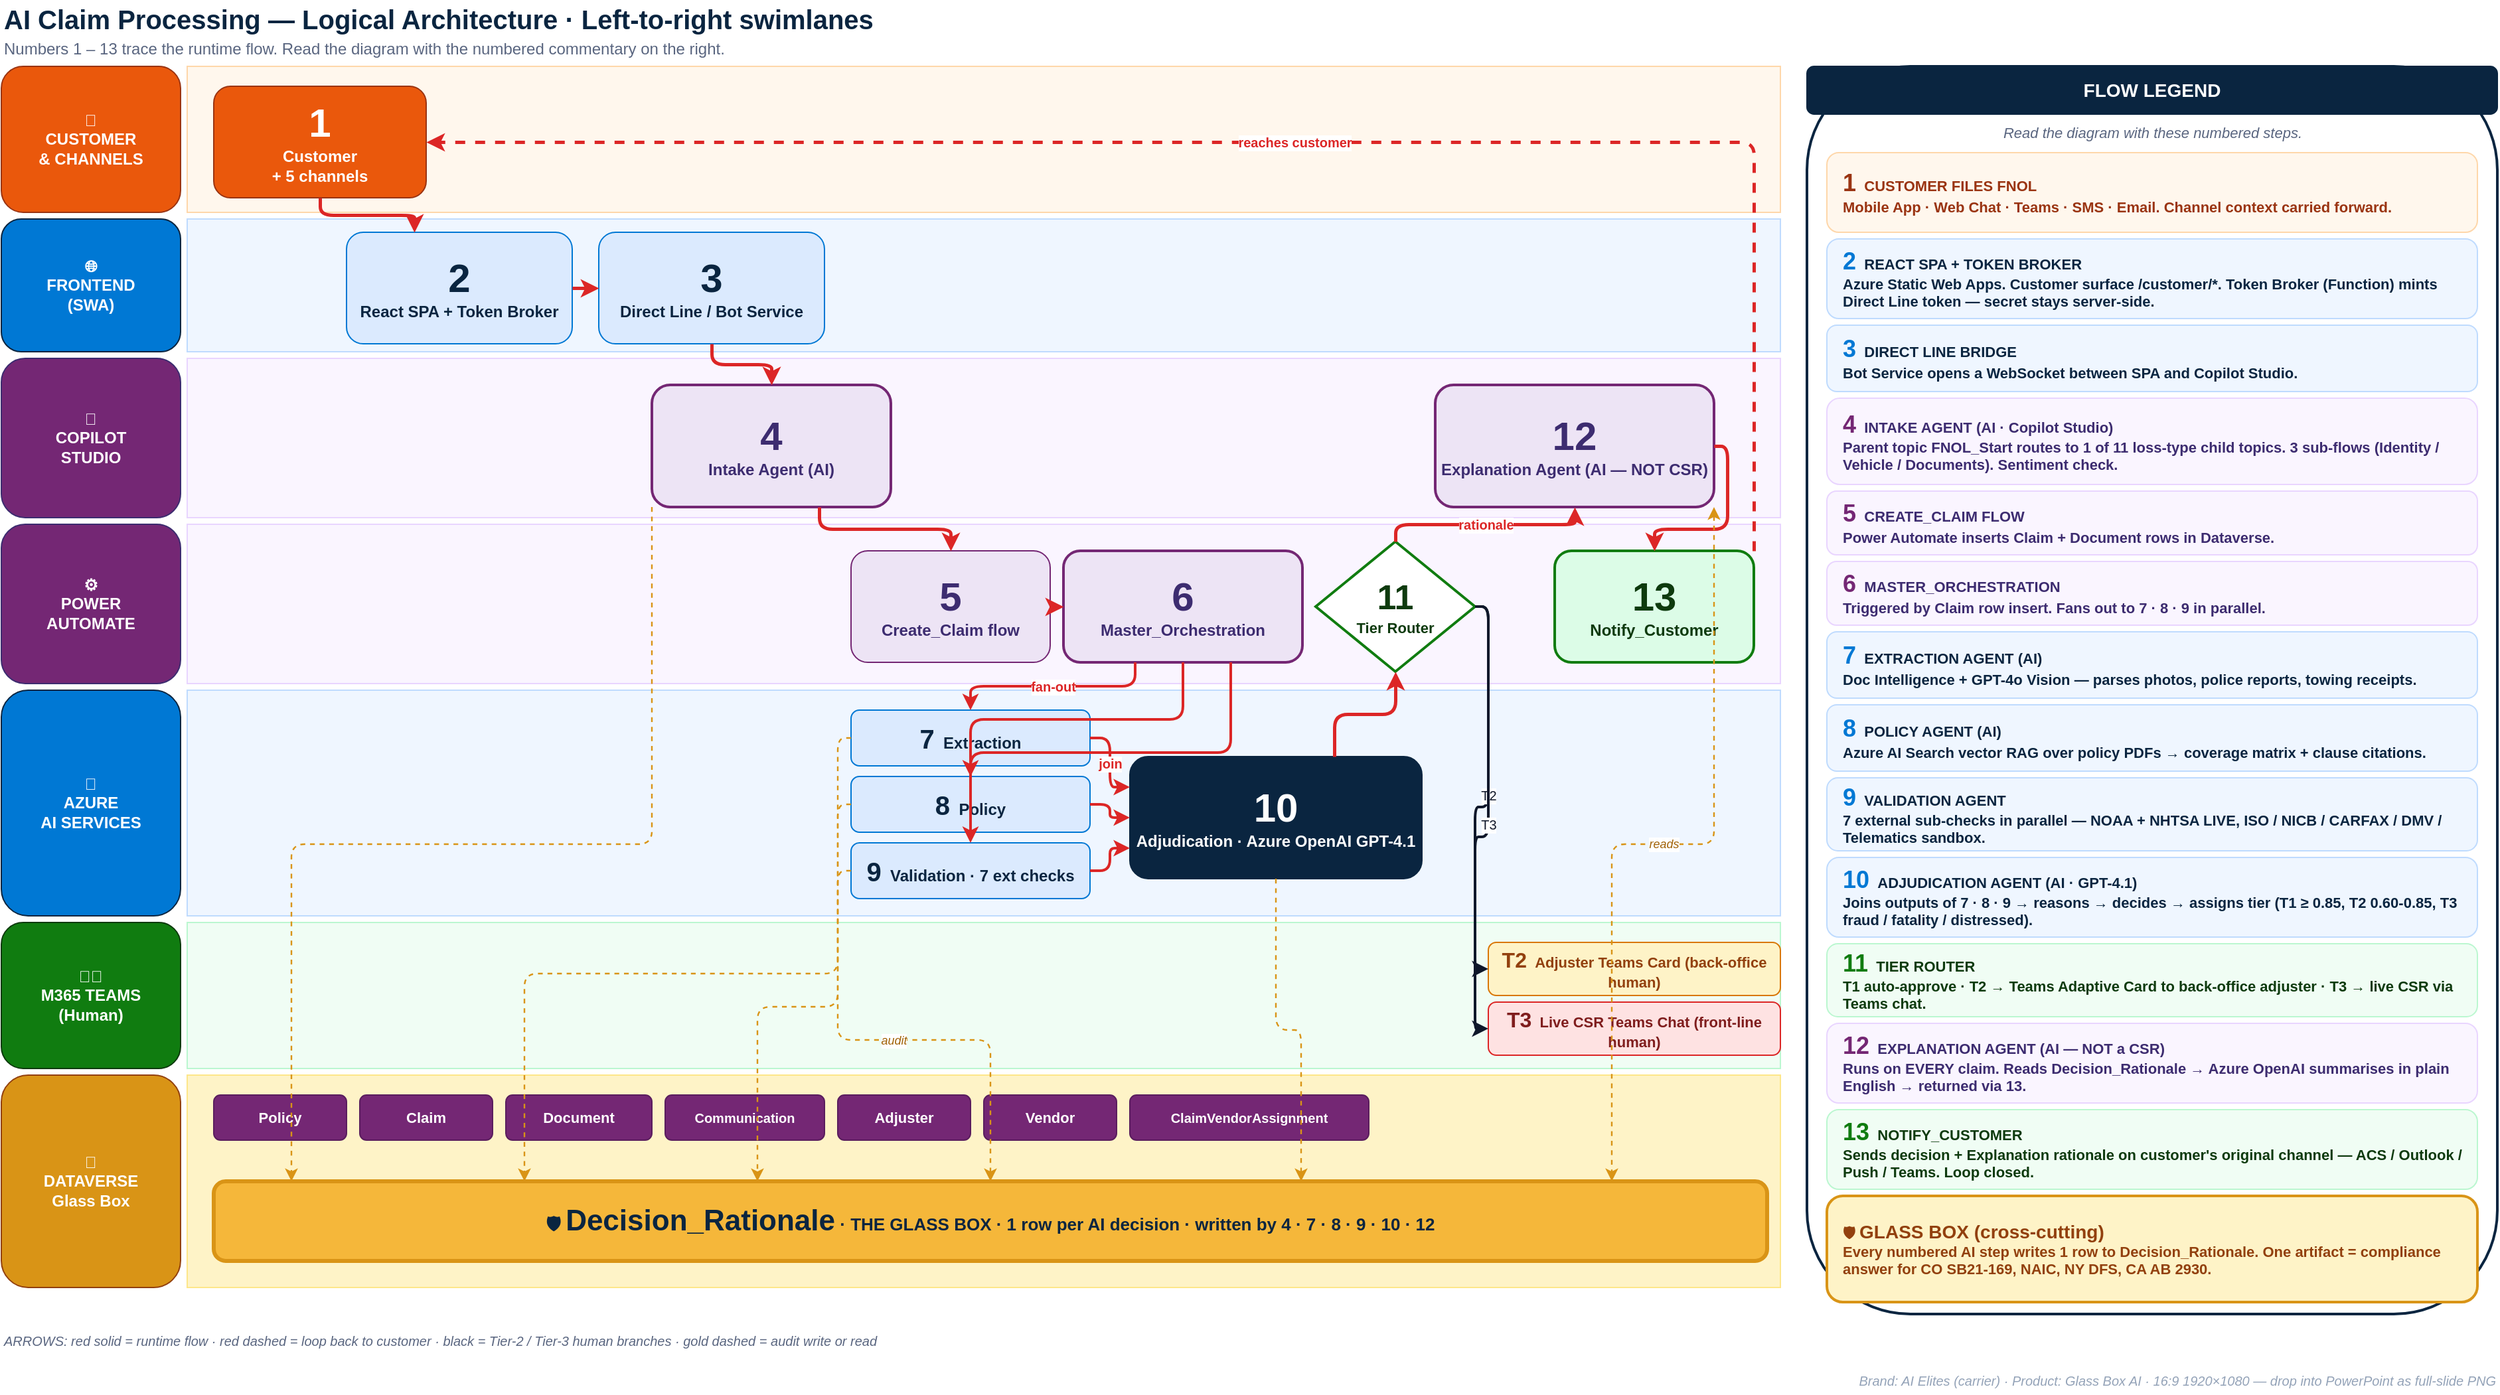
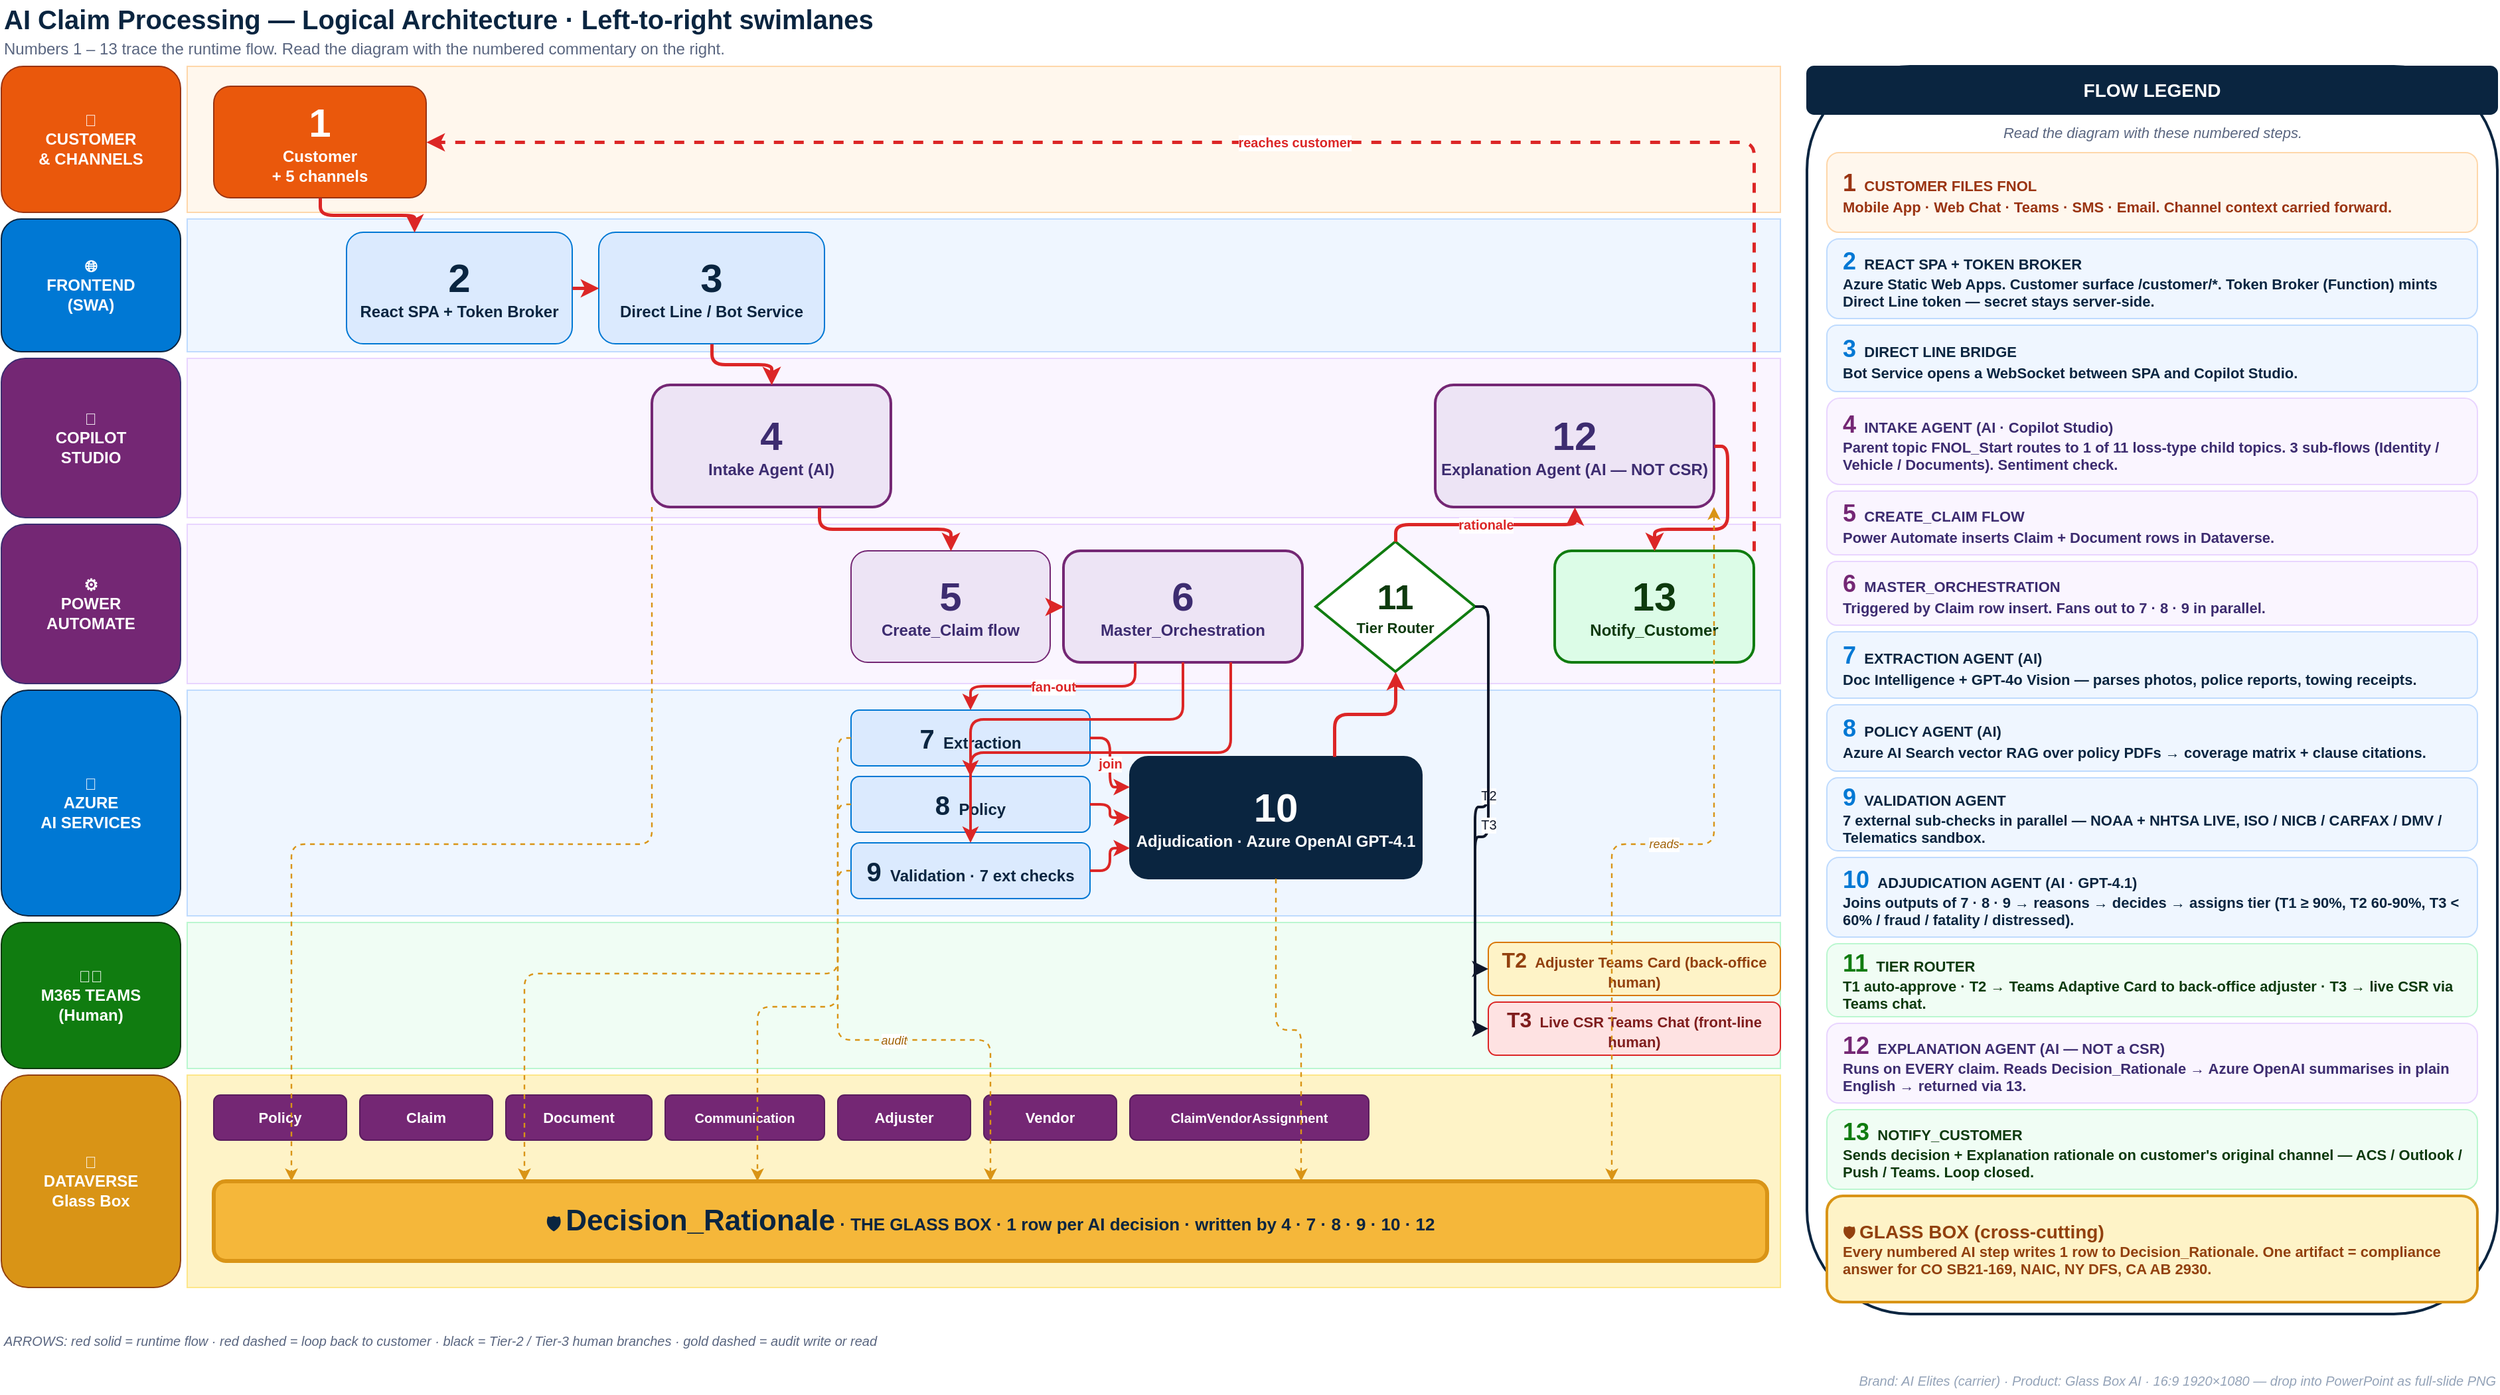
<mxfile host="app.diagrams.net" modified="2026-05-19T10:00:00.000Z" agent="Claude/Hack2Future" version="22.1.16" type="device">
  <diagram name="Logical Architecture (C4 L2)" id="logical-architecture-v8-swimlanes">
    <mxGraphModel dx="1422" dy="838" grid="1" gridSize="10" guides="1" tooltips="1" connect="1" arrows="1" fold="1" page="1" pageScale="1" pageWidth="1920" pageHeight="1080" math="0" shadow="0">
      <root>
        <mxCell id="0" />
        <mxCell id="1" parent="0" />

        <!-- =====  TITLE  ===== -->
        <mxCell id="title" value="AI Claim Processing — Logical Architecture  ·  Left-to-right swimlanes" style="text;html=1;strokeColor=none;fillColor=none;align=left;verticalAlign=middle;fontSize=20;fontStyle=1;fontColor=#0a2540" vertex="1" parent="1">
          <mxGeometry x="20" y="10" width="1880" height="28" as="geometry" />
        </mxCell>
        <mxCell id="subtitle" value="Numbers 1 – 13 trace the runtime flow.  Read the diagram with the numbered commentary on the right." style="text;html=1;strokeColor=none;fillColor=none;align=left;verticalAlign=middle;fontSize=12;fontColor=#5a6680" vertex="1" parent="1">
          <mxGeometry x="20" y="38" width="1880" height="18" as="geometry" />
        </mxCell>

        <!-- =====  SWIMLANE BACKGROUNDS  ===== -->
        <mxCell id="L1bg" value="" style="rounded=0;whiteSpace=wrap;html=1;fillColor=#fff7ed;strokeColor=#fed7aa;strokeWidth=1" vertex="1" parent="1">
          <mxGeometry x="160" y="60" width="1200" height="110" as="geometry" />
        </mxCell>
        <mxCell id="L2bg" value="" style="rounded=0;whiteSpace=wrap;html=1;fillColor=#eff6ff;strokeColor=#bfdbfe;strokeWidth=1" vertex="1" parent="1">
          <mxGeometry x="160" y="175" width="1200" height="100" as="geometry" />
        </mxCell>
        <mxCell id="L3bg" value="" style="rounded=0;whiteSpace=wrap;html=1;fillColor=#faf5ff;strokeColor=#e9d5ff;strokeWidth=1" vertex="1" parent="1">
          <mxGeometry x="160" y="280" width="1200" height="120" as="geometry" />
        </mxCell>
        <mxCell id="L4bg" value="" style="rounded=0;whiteSpace=wrap;html=1;fillColor=#faf5ff;strokeColor=#e9d5ff;strokeWidth=1" vertex="1" parent="1">
          <mxGeometry x="160" y="405" width="1200" height="120" as="geometry" />
        </mxCell>
        <mxCell id="L5bg" value="" style="rounded=0;whiteSpace=wrap;html=1;fillColor=#eff6ff;strokeColor=#bfdbfe;strokeWidth=1" vertex="1" parent="1">
          <mxGeometry x="160" y="530" width="1200" height="170" as="geometry" />
        </mxCell>
        <mxCell id="L6bg" value="" style="rounded=0;whiteSpace=wrap;html=1;fillColor=#f0fdf4;strokeColor=#bbf7d0;strokeWidth=1" vertex="1" parent="1">
          <mxGeometry x="160" y="705" width="1200" height="110" as="geometry" />
        </mxCell>
        <mxCell id="L7bg" value="" style="rounded=0;whiteSpace=wrap;html=1;fillColor=#fef3c7;strokeColor=#fde68a;strokeWidth=1" vertex="1" parent="1">
          <mxGeometry x="160" y="820" width="1200" height="160" as="geometry" />
        </mxCell>

        <!-- =====  SWIMLANE LABELS  ===== -->
        <mxCell id="L1lbl" value="👥&#10;CUSTOMER&#10;&amp; CHANNELS" style="rounded=1;whiteSpace=wrap;html=1;fillColor=#ea580c;strokeColor=#9a3412;fontColor=#ffffff;fontSize=12;fontStyle=1;align=center;verticalAlign=middle" vertex="1" parent="1">
          <mxGeometry x="20" y="60" width="135" height="110" as="geometry" />
        </mxCell>
        <mxCell id="L2lbl" value="🌐&#10;FRONTEND&#10;(SWA)" style="rounded=1;whiteSpace=wrap;html=1;fillColor=#0078d4;strokeColor=#0a2540;fontColor=#ffffff;fontSize=12;fontStyle=1;align=center;verticalAlign=middle" vertex="1" parent="1">
          <mxGeometry x="20" y="175" width="135" height="100" as="geometry" />
        </mxCell>
        <mxCell id="L3lbl" value="💬&#10;COPILOT&#10;STUDIO" style="rounded=1;whiteSpace=wrap;html=1;fillColor=#742774;strokeColor=#3d2c70;fontColor=#ffffff;fontSize=12;fontStyle=1;align=center;verticalAlign=middle" vertex="1" parent="1">
          <mxGeometry x="20" y="280" width="135" height="120" as="geometry" />
        </mxCell>
        <mxCell id="L4lbl" value="⚙&#10;POWER&#10;AUTOMATE" style="rounded=1;whiteSpace=wrap;html=1;fillColor=#742774;strokeColor=#3d2c70;fontColor=#ffffff;fontSize=12;fontStyle=1;align=center;verticalAlign=middle" vertex="1" parent="1">
          <mxGeometry x="20" y="405" width="135" height="120" as="geometry" />
        </mxCell>
        <mxCell id="L5lbl" value="🧠&#10;AZURE&#10;AI SERVICES" style="rounded=1;whiteSpace=wrap;html=1;fillColor=#0078d4;strokeColor=#0a2540;fontColor=#ffffff;fontSize=12;fontStyle=1;align=center;verticalAlign=middle" vertex="1" parent="1">
          <mxGeometry x="20" y="530" width="135" height="170" as="geometry" />
        </mxCell>
        <mxCell id="L6lbl" value="👨‍💼&#10;M365 TEAMS&#10;(Human)" style="rounded=1;whiteSpace=wrap;html=1;fillColor=#107c10;strokeColor=#0e3a0e;fontColor=#ffffff;fontSize=12;fontStyle=1;align=center;verticalAlign=middle" vertex="1" parent="1">
          <mxGeometry x="20" y="705" width="135" height="110" as="geometry" />
        </mxCell>
        <mxCell id="L7lbl" value="💾&#10;DATAVERSE&#10;Glass Box" style="rounded=1;whiteSpace=wrap;html=1;fillColor=#d99416;strokeColor=#92400e;fontColor=#ffffff;fontSize=12;fontStyle=1;align=center;verticalAlign=middle" vertex="1" parent="1">
          <mxGeometry x="20" y="820" width="135" height="160" as="geometry" />
        </mxCell>

        <!-- =====================================================================
             NUMBERED NODES — numbers rendered via HTML for clean sizing
             ===================================================================== -->

        <!-- ===== LANE 1 ===== -->
        <mxCell id="n1" value="&lt;font style=&quot;font-size:30px&quot;&gt;&lt;b&gt;1&lt;/b&gt;&lt;/font&gt;&lt;br&gt;Customer&lt;br&gt;+ 5 channels" style="rounded=1;whiteSpace=wrap;html=1;fillColor=#ea580c;strokeColor=#9a3412;fontColor=#ffffff;fontSize=12;fontStyle=1;align=center;verticalAlign=middle" vertex="1" parent="1">
          <mxGeometry x="180" y="75" width="160" height="84" as="geometry" />
        </mxCell>

        <!-- ===== LANE 2 ===== -->
        <mxCell id="n2" value="&lt;font style=&quot;font-size:30px&quot;&gt;&lt;b&gt;2&lt;/b&gt;&lt;/font&gt;&lt;br&gt;React SPA + Token Broker" style="rounded=1;whiteSpace=wrap;html=1;fillColor=#dbeafe;strokeColor=#0078d4;fontColor=#0a2540;fontSize=12;fontStyle=1;align=center;verticalAlign=middle" vertex="1" parent="1">
          <mxGeometry x="280" y="185" width="170" height="84" as="geometry" />
        </mxCell>
        <mxCell id="n3" value="&lt;font style=&quot;font-size:30px&quot;&gt;&lt;b&gt;3&lt;/b&gt;&lt;/font&gt;&lt;br&gt;Direct Line / Bot Service" style="rounded=1;whiteSpace=wrap;html=1;fillColor=#dbeafe;strokeColor=#0078d4;fontColor=#0a2540;fontSize=12;fontStyle=1;align=center;verticalAlign=middle" vertex="1" parent="1">
          <mxGeometry x="470" y="185" width="170" height="84" as="geometry" />
        </mxCell>

        <!-- ===== LANE 3 ===== -->
        <mxCell id="n4" value="&lt;font style=&quot;font-size:30px&quot;&gt;&lt;b&gt;4&lt;/b&gt;&lt;/font&gt;&lt;br&gt;Intake Agent  (AI)" style="rounded=1;whiteSpace=wrap;html=1;fillColor=#ede4f5;strokeColor=#742774;strokeWidth=2;fontColor=#3d2c70;fontSize=12;fontStyle=1;align=center;verticalAlign=middle" vertex="1" parent="1">
          <mxGeometry x="510" y="300" width="180" height="92" as="geometry" />
        </mxCell>
        <mxCell id="n12" value="&lt;font style=&quot;font-size:30px&quot;&gt;&lt;b&gt;12&lt;/b&gt;&lt;/font&gt;&lt;br&gt;Explanation Agent  (AI — NOT CSR)" style="rounded=1;whiteSpace=wrap;html=1;fillColor=#ede4f5;strokeColor=#742774;strokeWidth=2;fontColor=#3d2c70;fontSize=12;fontStyle=1;align=center;verticalAlign=middle" vertex="1" parent="1">
          <mxGeometry x="1100" y="300" width="210" height="92" as="geometry" />
        </mxCell>

        <!-- ===== LANE 4 ===== -->
        <mxCell id="n5" value="&lt;font style=&quot;font-size:30px&quot;&gt;&lt;b&gt;5&lt;/b&gt;&lt;/font&gt;&lt;br&gt;Create_Claim flow" style="rounded=1;whiteSpace=wrap;html=1;fillColor=#ede4f5;strokeColor=#742774;fontColor=#3d2c70;fontSize=12;fontStyle=1;align=center;verticalAlign=middle" vertex="1" parent="1">
          <mxGeometry x="660" y="425" width="150" height="84" as="geometry" />
        </mxCell>
        <mxCell id="n6" value="&lt;font style=&quot;font-size:30px&quot;&gt;&lt;b&gt;6&lt;/b&gt;&lt;/font&gt;&lt;br&gt;Master_Orchestration" style="rounded=1;whiteSpace=wrap;html=1;fillColor=#ede4f5;strokeColor=#742774;strokeWidth=2;fontColor=#3d2c70;fontSize=12;fontStyle=1;align=center;verticalAlign=middle" vertex="1" parent="1">
          <mxGeometry x="820" y="425" width="180" height="84" as="geometry" />
        </mxCell>
        <mxCell id="n11" value="&lt;font style=&quot;font-size:26px&quot;&gt;&lt;b&gt;11&lt;/b&gt;&lt;/font&gt;&lt;br&gt;Tier Router" style="rhombus;whiteSpace=wrap;html=1;fillColor=#ffffff;strokeColor=#107c10;strokeWidth=2;fontSize=11;fontStyle=1;fontColor=#0e3a0e" vertex="1" parent="1">
          <mxGeometry x="1010" y="418" width="120" height="98" as="geometry" />
        </mxCell>
        <mxCell id="n13" value="&lt;font style=&quot;font-size:30px&quot;&gt;&lt;b&gt;13&lt;/b&gt;&lt;/font&gt;&lt;br&gt;Notify_Customer" style="rounded=1;whiteSpace=wrap;html=1;fillColor=#dcfce7;strokeColor=#107c10;strokeWidth=2;fontColor=#0e3a0e;fontSize=12;fontStyle=1;align=center;verticalAlign=middle" vertex="1" parent="1">
          <mxGeometry x="1190" y="425" width="150" height="84" as="geometry" />
        </mxCell>

        <!-- ===== LANE 5 — agents stacked + adjudication ===== -->
        <mxCell id="n7" value="&lt;font style=&quot;font-size:20px&quot;&gt;&lt;b&gt;7&lt;/b&gt;&lt;/font&gt;&amp;nbsp;&amp;nbsp;Extraction" style="rounded=1;whiteSpace=wrap;html=1;fillColor=#dbeafe;strokeColor=#0078d4;fontColor=#0a2540;fontSize=12;fontStyle=1;align=center;verticalAlign=middle" vertex="1" parent="1">
          <mxGeometry x="660" y="545" width="180" height="42" as="geometry" />
        </mxCell>
        <mxCell id="n8" value="&lt;font style=&quot;font-size:20px&quot;&gt;&lt;b&gt;8&lt;/b&gt;&lt;/font&gt;&amp;nbsp;&amp;nbsp;Policy" style="rounded=1;whiteSpace=wrap;html=1;fillColor=#dbeafe;strokeColor=#0078d4;fontColor=#0a2540;fontSize=12;fontStyle=1;align=center;verticalAlign=middle" vertex="1" parent="1">
          <mxGeometry x="660" y="595" width="180" height="42" as="geometry" />
        </mxCell>
        <mxCell id="n9" value="&lt;font style=&quot;font-size:20px&quot;&gt;&lt;b&gt;9&lt;/b&gt;&lt;/font&gt;&amp;nbsp;&amp;nbsp;Validation  ·  7 ext checks" style="rounded=1;whiteSpace=wrap;html=1;fillColor=#dbeafe;strokeColor=#0078d4;fontColor=#0a2540;fontSize=12;fontStyle=1;align=center;verticalAlign=middle" vertex="1" parent="1">
          <mxGeometry x="660" y="645" width="180" height="42" as="geometry" />
        </mxCell>
        <mxCell id="n10" value="&lt;font style=&quot;font-size:30px&quot;&gt;&lt;b&gt;10&lt;/b&gt;&lt;/font&gt;&lt;br&gt;Adjudication  ·  Azure OpenAI GPT-4.1" style="rounded=1;whiteSpace=wrap;html=1;fillColor=#0a2540;strokeColor=#0a2540;fontColor=#ffffff;fontSize=12;fontStyle=1;align=center;verticalAlign=middle" vertex="1" parent="1">
          <mxGeometry x="870" y="580" width="220" height="92" as="geometry" />
        </mxCell>

        <!-- ===== LANE 6 ===== -->
        <mxCell id="n11a" value="&lt;font style=&quot;font-size:16px&quot;&gt;&lt;b&gt;T2&lt;/b&gt;&lt;/font&gt;&amp;nbsp;&amp;nbsp;Adjuster Teams Card  (back-office human)" style="rounded=1;whiteSpace=wrap;html=1;fillColor=#fef3c7;strokeColor=#d97706;fontColor=#92400e;fontSize=11;fontStyle=1;align=center;verticalAlign=middle" vertex="1" parent="1">
          <mxGeometry x="1140" y="720" width="220" height="40" as="geometry" />
        </mxCell>
        <mxCell id="n11b" value="&lt;font style=&quot;font-size:16px&quot;&gt;&lt;b&gt;T3&lt;/b&gt;&lt;/font&gt;&amp;nbsp;&amp;nbsp;Live CSR Teams Chat  (front-line human)" style="rounded=1;whiteSpace=wrap;html=1;fillColor=#fee2e2;strokeColor=#dc2626;fontColor=#7f1d1d;fontSize=11;fontStyle=1;align=center;verticalAlign=middle" vertex="1" parent="1">
          <mxGeometry x="1140" y="765" width="220" height="40" as="geometry" />
        </mxCell>

        <!-- ===== LANE 7 — Dataverse tables + Glass Box ===== -->
        <mxCell id="dv_policy" value="Policy" style="rounded=1;whiteSpace=wrap;html=1;fillColor=#742774;strokeColor=#5a1d5e;fontColor=#ffffff;fontSize=11;fontStyle=1" vertex="1" parent="1">
          <mxGeometry x="180" y="835" width="100" height="34" as="geometry" />
        </mxCell>
        <mxCell id="dv_claim" value="Claim" style="rounded=1;whiteSpace=wrap;html=1;fillColor=#742774;strokeColor=#5a1d5e;fontColor=#ffffff;fontSize=11;fontStyle=1" vertex="1" parent="1">
          <mxGeometry x="290" y="835" width="100" height="34" as="geometry" />
        </mxCell>
        <mxCell id="dv_doc" value="Document" style="rounded=1;whiteSpace=wrap;html=1;fillColor=#742774;strokeColor=#5a1d5e;fontColor=#ffffff;fontSize=11;fontStyle=1" vertex="1" parent="1">
          <mxGeometry x="400" y="835" width="110" height="34" as="geometry" />
        </mxCell>
        <mxCell id="dv_comm" value="Communication" style="rounded=1;whiteSpace=wrap;html=1;fillColor=#742774;strokeColor=#5a1d5e;fontColor=#ffffff;fontSize=10;fontStyle=1" vertex="1" parent="1">
          <mxGeometry x="520" y="835" width="120" height="34" as="geometry" />
        </mxCell>
        <mxCell id="dv_adj" value="Adjuster" style="rounded=1;whiteSpace=wrap;html=1;fillColor=#742774;strokeColor=#5a1d5e;fontColor=#ffffff;fontSize=11;fontStyle=1" vertex="1" parent="1">
          <mxGeometry x="650" y="835" width="100" height="34" as="geometry" />
        </mxCell>
        <mxCell id="dv_vendor" value="Vendor" style="rounded=1;whiteSpace=wrap;html=1;fillColor=#742774;strokeColor=#5a1d5e;fontColor=#ffffff;fontSize=11;fontStyle=1" vertex="1" parent="1">
          <mxGeometry x="760" y="835" width="100" height="34" as="geometry" />
        </mxCell>
        <mxCell id="dv_cva" value="ClaimVendorAssignment" style="rounded=1;whiteSpace=wrap;html=1;fillColor=#742774;strokeColor=#5a1d5e;fontColor=#ffffff;fontSize=10;fontStyle=1" vertex="1" parent="1">
          <mxGeometry x="870" y="835" width="180" height="34" as="geometry" />
        </mxCell>

        <mxCell id="dv_audit" value="🛡  &lt;font style=&quot;font-size:22px&quot;&gt;&lt;b&gt;Decision_Rationale&lt;/b&gt;&lt;/font&gt;  ·  THE GLASS BOX  ·  1 row per AI decision  ·  written by  4 · 7 · 8 · 9 · 10 · 12" style="rounded=1;whiteSpace=wrap;html=1;fillColor=#f5b73a;strokeColor=#d99416;strokeWidth=3;fontColor=#0a2540;fontSize=13;fontStyle=1;align=center;verticalAlign=middle" vertex="1" parent="1">
          <mxGeometry x="180" y="900" width="1170" height="60" as="geometry" />
        </mxCell>

        <!-- =====================================================================
             RIGHT COMMENTARY PANEL
             ===================================================================== -->
        <mxCell id="rp_bg" value="" style="rounded=1;whiteSpace=wrap;html=1;fillColor=#ffffff;strokeColor=#0a2540;strokeWidth=2" vertex="1" parent="1">
          <mxGeometry x="1380" y="60" width="520" height="940" as="geometry" />
        </mxCell>
        <mxCell id="rp_hdr" value="FLOW LEGEND" style="rounded=1;whiteSpace=wrap;html=1;fillColor=#0a2540;strokeColor=#0a2540;fontColor=#ffffff;fontSize=14;fontStyle=1;align=center;verticalAlign=middle" vertex="1" parent="1">
          <mxGeometry x="1380" y="60" width="520" height="36" as="geometry" />
        </mxCell>
        <mxCell id="rp_sub" value="Read the diagram with these numbered steps." style="text;html=1;align=center;verticalAlign=middle;fontSize=11;fontStyle=2;fontColor=#5a6680" vertex="1" parent="1">
          <mxGeometry x="1390" y="100" width="500" height="20" as="geometry" />
        </mxCell>

        <!-- Commentary items - big bold number prefix in HTML -->
        <mxCell id="i1" value="&lt;font style=&quot;font-size:18px;color:#9a3412&quot;&gt;&lt;b&gt;1&lt;/b&gt;&lt;/font&gt;&amp;nbsp;&amp;nbsp;CUSTOMER FILES FNOL&lt;br&gt;Mobile App · Web Chat · Teams · SMS · Email. Channel context carried forward." style="rounded=1;whiteSpace=wrap;html=1;fillColor=#fff7ed;strokeColor=#fed7aa;fontColor=#9a3412;fontSize=11;fontStyle=1;align=left;verticalAlign=middle;spacingLeft=10;spacingRight=10" vertex="1" parent="1">
          <mxGeometry x="1395" y="125" width="490" height="60" as="geometry" />
        </mxCell>
        <mxCell id="i2" value="&lt;font style=&quot;font-size:18px;color:#0078d4&quot;&gt;&lt;b&gt;2&lt;/b&gt;&lt;/font&gt;&amp;nbsp;&amp;nbsp;REACT SPA + TOKEN BROKER&lt;br&gt;Azure Static Web Apps. Customer surface /customer/*. Token Broker (Function) mints Direct Line token — secret stays server-side." style="rounded=1;whiteSpace=wrap;html=1;fillColor=#eff6ff;strokeColor=#bfdbfe;fontColor=#0a2540;fontSize=11;fontStyle=1;align=left;verticalAlign=middle;spacingLeft=10;spacingRight=10" vertex="1" parent="1">
          <mxGeometry x="1395" y="190" width="490" height="60" as="geometry" />
        </mxCell>
        <mxCell id="i3" value="&lt;font style=&quot;font-size:18px;color:#0078d4&quot;&gt;&lt;b&gt;3&lt;/b&gt;&lt;/font&gt;&amp;nbsp;&amp;nbsp;DIRECT LINE BRIDGE&lt;br&gt;Bot Service opens a WebSocket between SPA and Copilot Studio." style="rounded=1;whiteSpace=wrap;html=1;fillColor=#eff6ff;strokeColor=#bfdbfe;fontColor=#0a2540;fontSize=11;fontStyle=1;align=left;verticalAlign=middle;spacingLeft=10;spacingRight=10" vertex="1" parent="1">
          <mxGeometry x="1395" y="255" width="490" height="50" as="geometry" />
        </mxCell>
        <mxCell id="i4" value="&lt;font style=&quot;font-size:18px;color:#742774&quot;&gt;&lt;b&gt;4&lt;/b&gt;&lt;/font&gt;&amp;nbsp;&amp;nbsp;INTAKE AGENT  (AI · Copilot Studio)&lt;br&gt;Parent topic FNOL_Start routes to 1 of 11 loss-type child topics. 3 sub-flows (Identity / Vehicle / Documents). Sentiment check." style="rounded=1;whiteSpace=wrap;html=1;fillColor=#faf5ff;strokeColor=#e9d5ff;fontColor=#3d2c70;fontSize=11;fontStyle=1;align=left;verticalAlign=middle;spacingLeft=10;spacingRight=10" vertex="1" parent="1">
          <mxGeometry x="1395" y="310" width="490" height="65" as="geometry" />
        </mxCell>
        <mxCell id="i5" value="&lt;font style=&quot;font-size:18px;color:#742774&quot;&gt;&lt;b&gt;5&lt;/b&gt;&lt;/font&gt;&amp;nbsp;&amp;nbsp;CREATE_CLAIM FLOW&lt;br&gt;Power Automate inserts Claim + Document rows in Dataverse." style="rounded=1;whiteSpace=wrap;html=1;fillColor=#faf5ff;strokeColor=#e9d5ff;fontColor=#3d2c70;fontSize=11;fontStyle=1;align=left;verticalAlign=middle;spacingLeft=10;spacingRight=10" vertex="1" parent="1">
          <mxGeometry x="1395" y="380" width="490" height="48" as="geometry" />
        </mxCell>
        <mxCell id="i6" value="&lt;font style=&quot;font-size:18px;color:#742774&quot;&gt;&lt;b&gt;6&lt;/b&gt;&lt;/font&gt;&amp;nbsp;&amp;nbsp;MASTER_ORCHESTRATION&lt;br&gt;Triggered by Claim row insert. Fans out to 7 · 8 · 9 in parallel." style="rounded=1;whiteSpace=wrap;html=1;fillColor=#faf5ff;strokeColor=#e9d5ff;fontColor=#3d2c70;fontSize=11;fontStyle=1;align=left;verticalAlign=middle;spacingLeft=10;spacingRight=10" vertex="1" parent="1">
          <mxGeometry x="1395" y="433" width="490" height="48" as="geometry" />
        </mxCell>
        <mxCell id="i7" value="&lt;font style=&quot;font-size:18px;color:#0078d4&quot;&gt;&lt;b&gt;7&lt;/b&gt;&lt;/font&gt;&amp;nbsp;&amp;nbsp;EXTRACTION AGENT  (AI)&lt;br&gt;Doc Intelligence + GPT-4o Vision — parses photos, police reports, towing receipts." style="rounded=1;whiteSpace=wrap;html=1;fillColor=#eff6ff;strokeColor=#bfdbfe;fontColor=#0a2540;fontSize=11;fontStyle=1;align=left;verticalAlign=middle;spacingLeft=10;spacingRight=10" vertex="1" parent="1">
          <mxGeometry x="1395" y="486" width="490" height="50" as="geometry" />
        </mxCell>
        <mxCell id="i8" value="&lt;font style=&quot;font-size:18px;color:#0078d4&quot;&gt;&lt;b&gt;8&lt;/b&gt;&lt;/font&gt;&amp;nbsp;&amp;nbsp;POLICY AGENT  (AI)&lt;br&gt;Azure AI Search vector RAG over policy PDFs → coverage matrix + clause citations." style="rounded=1;whiteSpace=wrap;html=1;fillColor=#eff6ff;strokeColor=#bfdbfe;fontColor=#0a2540;fontSize=11;fontStyle=1;align=left;verticalAlign=middle;spacingLeft=10;spacingRight=10" vertex="1" parent="1">
          <mxGeometry x="1395" y="541" width="490" height="50" as="geometry" />
        </mxCell>
        <mxCell id="i9" value="&lt;font style=&quot;font-size:18px;color:#0078d4&quot;&gt;&lt;b&gt;9&lt;/b&gt;&lt;/font&gt;&amp;nbsp;&amp;nbsp;VALIDATION AGENT&lt;br&gt;7 external sub-checks in parallel — NOAA + NHTSA LIVE, ISO / NICB / CARFAX / DMV / Telematics sandbox." style="rounded=1;whiteSpace=wrap;html=1;fillColor=#eff6ff;strokeColor=#bfdbfe;fontColor=#0a2540;fontSize=11;fontStyle=1;align=left;verticalAlign=middle;spacingLeft=10;spacingRight=10" vertex="1" parent="1">
          <mxGeometry x="1395" y="596" width="490" height="55" as="geometry" />
        </mxCell>
-         <mxCell id="i10" value="&lt;font style=&quot;font-size:18px;color:#0078d4&quot;&gt;&lt;b&gt;10&lt;/b&gt;&lt;/font&gt;&amp;nbsp;&amp;nbsp;ADJUDICATION AGENT  (AI · GPT-4.1)&lt;br&gt;Joins outputs of 7 · 8 · 9 → reasons → decides → assigns tier (T1 ≥ 0.85, T2 0.60-0.85, T3 fraud / fatality / distressed)." style="rounded=1;whiteSpace=wrap;html=1;fillColor=#eff6ff;strokeColor=#bfdbfe;fontColor=#0a2540;fontSize=11;fontStyle=1;align=left;verticalAlign=middle;spacingLeft=10;spacingRight=10" vertex="1" parent="1">
+         <mxCell id="i10" value="&lt;font style=&quot;font-size:18px;color:#0078d4&quot;&gt;&lt;b&gt;10&lt;/b&gt;&lt;/font&gt;&amp;nbsp;&amp;nbsp;ADJUDICATION AGENT  (AI · GPT-4.1)&lt;br&gt;Joins outputs of 7 · 8 · 9 → reasons → decides → assigns tier (T1 ≥ 90%, T2 60-90%, T3 &lt; 60% / fraud / fatality / distressed)." style="rounded=1;whiteSpace=wrap;html=1;fillColor=#eff6ff;strokeColor=#bfdbfe;fontColor=#0a2540;fontSize=11;fontStyle=1;align=left;verticalAlign=middle;spacingLeft=10;spacingRight=10" vertex="1" parent="1">
          <mxGeometry x="1395" y="656" width="490" height="60" as="geometry" />
        </mxCell>
        <mxCell id="i11" value="&lt;font style=&quot;font-size:18px;color:#107c10&quot;&gt;&lt;b&gt;11&lt;/b&gt;&lt;/font&gt;&amp;nbsp;&amp;nbsp;TIER ROUTER&lt;br&gt;T1 auto-approve  ·  T2 → Teams Adaptive Card to back-office adjuster  ·  T3 → live CSR via Teams chat." style="rounded=1;whiteSpace=wrap;html=1;fillColor=#f0fdf4;strokeColor=#bbf7d0;fontColor=#0e3a0e;fontSize=11;fontStyle=1;align=left;verticalAlign=middle;spacingLeft=10;spacingRight=10" vertex="1" parent="1">
          <mxGeometry x="1395" y="721" width="490" height="55" as="geometry" />
        </mxCell>
        <mxCell id="i12" value="&lt;font style=&quot;font-size:18px;color:#742774&quot;&gt;&lt;b&gt;12&lt;/b&gt;&lt;/font&gt;&amp;nbsp;&amp;nbsp;EXPLANATION AGENT  (AI — NOT a CSR)&lt;br&gt;Runs on EVERY claim. Reads Decision_Rationale → Azure OpenAI summarises in plain English → returned via 13." style="rounded=1;whiteSpace=wrap;html=1;fillColor=#faf5ff;strokeColor=#e9d5ff;fontColor=#3d2c70;fontSize=11;fontStyle=1;align=left;verticalAlign=middle;spacingLeft=10;spacingRight=10" vertex="1" parent="1">
          <mxGeometry x="1395" y="781" width="490" height="60" as="geometry" />
        </mxCell>
        <mxCell id="i13" value="&lt;font style=&quot;font-size:18px;color:#107c10&quot;&gt;&lt;b&gt;13&lt;/b&gt;&lt;/font&gt;&amp;nbsp;&amp;nbsp;NOTIFY_CUSTOMER&lt;br&gt;Sends decision + Explanation rationale on customer's original channel — ACS / Outlook / Push / Teams. Loop closed." style="rounded=1;whiteSpace=wrap;html=1;fillColor=#f0fdf4;strokeColor=#bbf7d0;fontColor=#0e3a0e;fontSize=11;fontStyle=1;align=left;verticalAlign=middle;spacingLeft=10;spacingRight=10" vertex="1" parent="1">
          <mxGeometry x="1395" y="846" width="490" height="60" as="geometry" />
        </mxCell>
        <mxCell id="igb" value="🛡  &lt;font style=&quot;font-size:14px&quot;&gt;&lt;b&gt;GLASS BOX (cross-cutting)&lt;/b&gt;&lt;/font&gt;&lt;br&gt;Every numbered AI step writes 1 row to Decision_Rationale.  One artifact = compliance answer for CO SB21-169, NAIC, NY DFS, CA AB 2930." style="rounded=1;whiteSpace=wrap;html=1;fillColor=#fef3c7;strokeColor=#d99416;strokeWidth=2;fontColor=#92400e;fontSize=11;fontStyle=1;align=left;verticalAlign=middle;spacingLeft=10;spacingRight=10" vertex="1" parent="1">
          <mxGeometry x="1395" y="911" width="490" height="80" as="geometry" />
        </mxCell>

        <!-- =====================================================================
             RUNTIME FLOW ARROWS — RED, follow numbered sequence
             ===================================================================== -->
        <mxCell id="a1_2" value="" style="endArrow=classic;html=1;strokeColor=#dc2626;strokeWidth=2.5;edgeStyle=orthogonalEdgeStyle;rounded=1;exitX=0.5;exitY=1;entryX=0.3;entryY=0" edge="1" parent="1" source="n1" target="n2"><mxGeometry relative="1" as="geometry" /></mxCell>
        <mxCell id="a2_3" value="" style="endArrow=classic;html=1;strokeColor=#dc2626;strokeWidth=2.5;edgeStyle=orthogonalEdgeStyle;rounded=1;exitX=1;exitY=0.5;entryX=0;entryY=0.5" edge="1" parent="1" source="n2" target="n3"><mxGeometry relative="1" as="geometry" /></mxCell>
        <mxCell id="a3_4" value="" style="endArrow=classic;html=1;strokeColor=#dc2626;strokeWidth=2.5;edgeStyle=orthogonalEdgeStyle;rounded=1;exitX=0.5;exitY=1;entryX=0.5;entryY=0" edge="1" parent="1" source="n3" target="n4"><mxGeometry relative="1" as="geometry" /></mxCell>
        <mxCell id="a4_5" value="" style="endArrow=classic;html=1;strokeColor=#dc2626;strokeWidth=2.5;edgeStyle=orthogonalEdgeStyle;rounded=1;exitX=0.7;exitY=1;entryX=0.5;entryY=0" edge="1" parent="1" source="n4" target="n5"><mxGeometry relative="1" as="geometry" /></mxCell>
        <mxCell id="a5_6" value="" style="endArrow=classic;html=1;strokeColor=#dc2626;strokeWidth=2.5;edgeStyle=orthogonalEdgeStyle;rounded=1;exitX=1;exitY=0.5;entryX=0;entryY=0.5" edge="1" parent="1" source="n5" target="n6"><mxGeometry relative="1" as="geometry" /></mxCell>
        <mxCell id="a6_7" value="fan-out" style="endArrow=classic;html=1;strokeColor=#dc2626;strokeWidth=2;fontColor=#dc2626;fontSize=10;fontStyle=1;edgeStyle=orthogonalEdgeStyle;rounded=1;exitX=0.3;exitY=1;entryX=0.5;entryY=0" edge="1" parent="1" source="n6" target="n7"><mxGeometry relative="1" as="geometry" /></mxCell>
        <mxCell id="a6_8" value="" style="endArrow=classic;html=1;strokeColor=#dc2626;strokeWidth=2;edgeStyle=orthogonalEdgeStyle;rounded=1;exitX=0.5;exitY=1;entryX=0.5;entryY=0" edge="1" parent="1" source="n6" target="n8"><mxGeometry relative="1" as="geometry" /></mxCell>
        <mxCell id="a6_9" value="" style="endArrow=classic;html=1;strokeColor=#dc2626;strokeWidth=2;edgeStyle=orthogonalEdgeStyle;rounded=1;exitX=0.7;exitY=1;entryX=0.5;entryY=0" edge="1" parent="1" source="n6" target="n9"><mxGeometry relative="1" as="geometry" /></mxCell>
        <mxCell id="a7_10" value="join" style="endArrow=classic;html=1;strokeColor=#dc2626;strokeWidth=2;fontColor=#dc2626;fontSize=10;fontStyle=1;edgeStyle=orthogonalEdgeStyle;rounded=1;exitX=1;exitY=0.5;entryX=0;entryY=0.25" edge="1" parent="1" source="n7" target="n10"><mxGeometry relative="1" as="geometry" /></mxCell>
        <mxCell id="a8_10" value="" style="endArrow=classic;html=1;strokeColor=#dc2626;strokeWidth=2;edgeStyle=orthogonalEdgeStyle;rounded=1;exitX=1;exitY=0.5;entryX=0;entryY=0.5" edge="1" parent="1" source="n8" target="n10"><mxGeometry relative="1" as="geometry" /></mxCell>
        <mxCell id="a9_10" value="" style="endArrow=classic;html=1;strokeColor=#dc2626;strokeWidth=2;edgeStyle=orthogonalEdgeStyle;rounded=1;exitX=1;exitY=0.5;entryX=0;entryY=0.75" edge="1" parent="1" source="n9" target="n10"><mxGeometry relative="1" as="geometry" /></mxCell>
        <mxCell id="a10_11" value="" style="endArrow=classic;html=1;strokeColor=#dc2626;strokeWidth=2.5;edgeStyle=orthogonalEdgeStyle;rounded=1;exitX=0.7;exitY=0;entryX=0.5;entryY=1" edge="1" parent="1" source="n10" target="n11"><mxGeometry relative="1" as="geometry" /></mxCell>
        <mxCell id="a11_t2" value="T2" style="endArrow=classic;html=1;strokeColor=#0f172a;strokeWidth=2;fontColor=#0f172a;fontSize=10;edgeStyle=orthogonalEdgeStyle;rounded=1;exitX=1;exitY=0.5;entryX=0;entryY=0.5" edge="1" parent="1" source="n11" target="n11a"><mxGeometry relative="1" as="geometry" /></mxCell>
        <mxCell id="a11_t3" value="T3" style="endArrow=classic;html=1;strokeColor=#0f172a;strokeWidth=2;fontColor=#0f172a;fontSize=10;edgeStyle=orthogonalEdgeStyle;rounded=1;exitX=1;exitY=0.5;entryX=0;entryY=0.5" edge="1" parent="1" source="n11" target="n11b"><mxGeometry relative="1" as="geometry" /></mxCell>
        <mxCell id="a11_12" value="rationale" style="endArrow=classic;html=1;strokeColor=#dc2626;strokeWidth=2.5;fontColor=#dc2626;fontSize=10;fontStyle=1;edgeStyle=orthogonalEdgeStyle;rounded=1;exitX=0.5;exitY=0;entryX=0.5;entryY=1" edge="1" parent="1" source="n11" target="n12"><mxGeometry relative="1" as="geometry" /></mxCell>
        <mxCell id="a12_13" value="" style="endArrow=classic;html=1;strokeColor=#dc2626;strokeWidth=2.5;edgeStyle=orthogonalEdgeStyle;rounded=1;exitX=1;exitY=0.5;entryX=0.5;entryY=0" edge="1" parent="1" source="n12" target="n13"><mxGeometry relative="1" as="geometry" /></mxCell>
        <mxCell id="a13_cust" value="reaches customer" style="endArrow=classic;html=1;strokeColor=#dc2626;strokeWidth=2.5;dashed=1;fontColor=#dc2626;fontSize=10;fontStyle=1;edgeStyle=orthogonalEdgeStyle;rounded=1;exitX=1;exitY=0;entryX=1;entryY=0.5" edge="1" parent="1" source="n13" target="n1"><mxGeometry relative="1" as="geometry" /></mxCell>

        <!-- =====  AUDIT ARROWS — gold dashed  ===== -->
        <mxCell id="au_4" value="" style="endArrow=classic;html=1;strokeColor=#d99416;strokeWidth=1.2;dashed=1;edgeStyle=orthogonalEdgeStyle;rounded=1;exitX=0;exitY=1;entryX=0.05;entryY=0" edge="1" parent="1" source="n4" target="dv_audit"><mxGeometry relative="1" as="geometry" /></mxCell>
        <mxCell id="au_7" value="" style="endArrow=classic;html=1;strokeColor=#d99416;strokeWidth=1.2;dashed=1;edgeStyle=orthogonalEdgeStyle;rounded=1;exitX=0;exitY=0.5;entryX=0.2;entryY=0" edge="1" parent="1" source="n7" target="dv_audit"><mxGeometry relative="1" as="geometry" /></mxCell>
        <mxCell id="au_8" value="" style="endArrow=classic;html=1;strokeColor=#d99416;strokeWidth=1.2;dashed=1;edgeStyle=orthogonalEdgeStyle;rounded=1;exitX=0;exitY=0.5;entryX=0.35;entryY=0" edge="1" parent="1" source="n8" target="dv_audit"><mxGeometry relative="1" as="geometry" /></mxCell>
        <mxCell id="au_9" value="audit" style="endArrow=classic;html=1;strokeColor=#d99416;strokeWidth=1.2;dashed=1;fontColor=#a16207;fontSize=9;fontStyle=2;edgeStyle=orthogonalEdgeStyle;rounded=1;exitX=0;exitY=0.5;entryX=0.5;entryY=0" edge="1" parent="1" source="n9" target="dv_audit"><mxGeometry relative="1" as="geometry" /></mxCell>
        <mxCell id="au_10" value="" style="endArrow=classic;html=1;strokeColor=#d99416;strokeWidth=1.2;dashed=1;edgeStyle=orthogonalEdgeStyle;rounded=1;exitX=0.5;exitY=1;entryX=0.7;entryY=0" edge="1" parent="1" source="n10" target="dv_audit"><mxGeometry relative="1" as="geometry" /></mxCell>
        <mxCell id="au_12_read" value="reads" style="endArrow=classic;html=1;strokeColor=#d99416;strokeWidth=1.2;dashed=1;startArrow=classic;fontColor=#a16207;fontSize=9;fontStyle=2;edgeStyle=orthogonalEdgeStyle;rounded=1;exitX=1;exitY=1;entryX=0.9;entryY=0" edge="1" parent="1" source="n12" target="dv_audit"><mxGeometry relative="1" as="geometry" /></mxCell>

        <!-- =====  FOOTER  ===== -->
        <mxCell id="footer" value="ARROWS:  red solid = runtime flow  ·  red dashed = loop back to customer  ·  black = Tier-2 / Tier-3 human branches  ·  gold dashed = audit write or read" style="text;html=1;align=left;verticalAlign=middle;fontSize=10;fontStyle=2;fontColor=#5a6680" vertex="1" parent="1">
          <mxGeometry x="20" y="1010" width="1880" height="20" as="geometry" />
        </mxCell>
        <mxCell id="footer2" value="Brand: AI Elites (carrier)  ·  Product: Glass Box AI  ·  16:9 1920×1080 — drop into PowerPoint as full-slide PNG" style="text;html=1;align=right;verticalAlign=middle;fontSize=10;fontStyle=2;fontColor=#94a3b8" vertex="1" parent="1">
          <mxGeometry x="20" y="1040" width="1880" height="20" as="geometry" />
        </mxCell>

      </root>
    </mxGraphModel>
  </diagram>
</mxfile>
